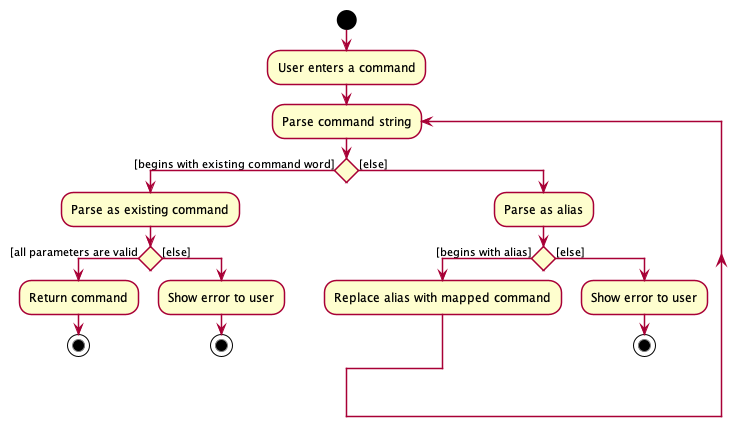
The PlantUML diagram docs/images/alias/AliasExecutionActivityDiagram.png in nus-cs2103-AY2021S2/tp, before a commit.
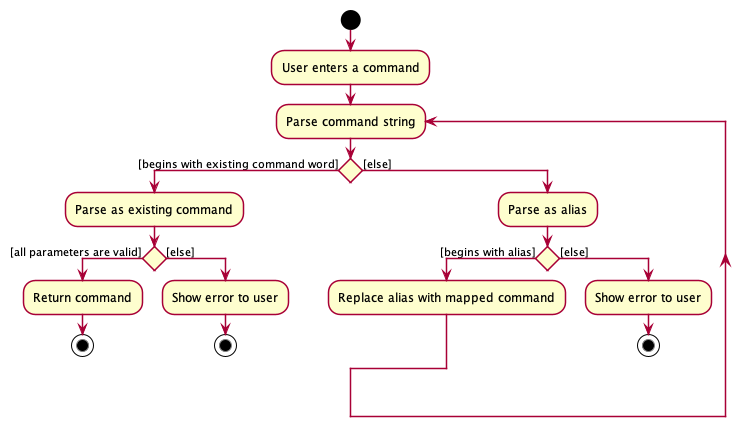
Later version of the same file.

Commit message:
docs(alias): Update diagram

What changed in the source:
```diff
@@ -6,7 +6,7 @@
 repeat :Parse command string;
 if () then ([begins with existing command word])
 :Parse as existing command;
-if () then ([all parameters are valid)
+if () then ([all parameters are valid])
 :Return command;
 stop
 else ([else])
@@ -21,9 +21,4 @@
 :Show error to user;
 stop
 
-
-
-
-
-
 @enduml
```
